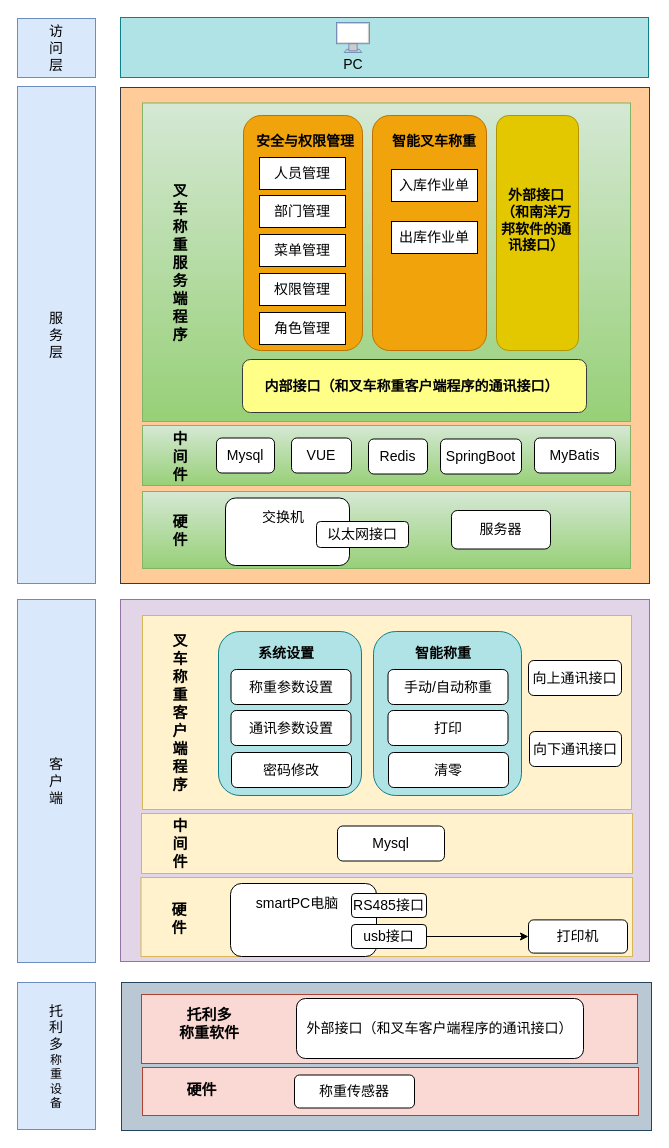
This is 环境卫士.drawio from Jayden-Fan/hello-world, a draw.io file, before an edit. Source tidied: cells renumbered, new cells numbered last; positions are measured from the earlier drawing's top-left corner, leaving out a move shared by most shapes. Both pictures are drawn from the tidied source at 100%, with x=0, y=0 at pixel (17, 17).
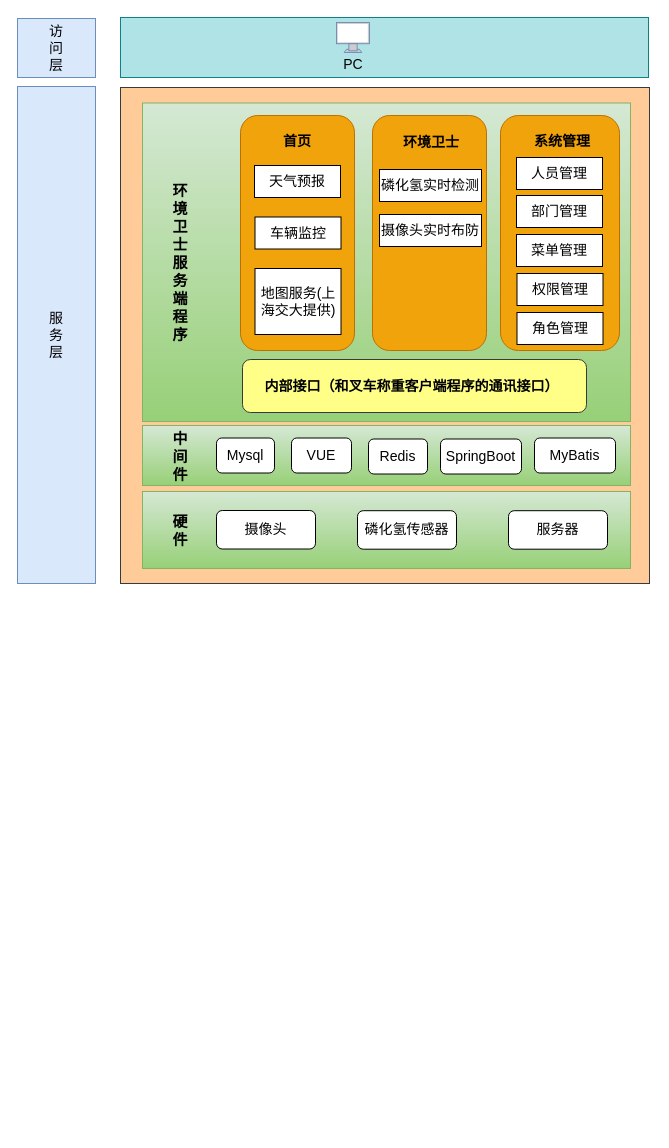
Above is the later version.

Commit message:
更新环境卫士.drawio

The edit, as a diff of the source:
```diff
@@
-    <mxCell id="5" value="&lt;b style=&quot;font-size: 15px;&quot;&gt;叉&lt;br&gt;车&lt;br&gt;称&lt;br&gt;重&lt;br&gt;服&lt;br&gt;务&lt;br&gt;端&lt;br&gt;程&lt;br&gt;序&lt;br&gt;&lt;/b&gt;" style="text;html=1;strokeColor=none;fillColor=none;align=center;verticalAlign=middle;whiteSpace=wrap;rounded=0;" parent="1" vertex="1">
+    <mxCell id="5" value="&lt;b style=&quot;font-size: 15px;&quot;&gt;环&lt;br&gt;境&lt;br&gt;卫&lt;br&gt;士&lt;br&gt;服&lt;br&gt;务&lt;br&gt;端&lt;br&gt;程&lt;br&gt;序&lt;br&gt;&lt;/b&gt;" style="text;html=1;strokeColor=none;fillColor=none;align=center;verticalAlign=middle;whiteSpace=wrap;rounded=0;" parent="1" vertex="1">
       <mxGeometry x="133" y="160.8" width="60" height="168.2" as="geometry" />
     </mxCell>
     <mxCell id="6" style="rounded=1;whiteSpace=wrap;html=1;fontSize=14;fillColor=#f0a30a;fontColor=#000000;strokeColor=#BD7000;" parent="1" vertex="1">
-      <mxGeometry x="226" y="98" width="119" height="235" as="geometry" />
+      <mxGeometry x="483" y="98" width="119" height="235" as="geometry" />
     </mxCell>
-    <mxCell id="7" value="安全与权限管理" style="text;html=1;strokeColor=none;fillColor=none;align=center;verticalAlign=middle;whiteSpace=wrap;rounded=0;fontSize=14;fontStyle=1;" parent="1" vertex="1">
-      <mxGeometry x="233" y="109" width="110" height="30" as="geometry" />
+    <mxCell id="7" value="系统管理" style="text;html=1;strokeColor=none;fillColor=none;align=center;verticalAlign=middle;whiteSpace=wrap;rounded=0;fontSize=14;fontStyle=1;" parent="1" vertex="1">
+      <mxGeometry x="490" y="109" width="110" height="30" as="geometry" />
     </mxCell>
     <mxCell id="8" value="人员管理" style="rounded=0;whiteSpace=wrap;html=1;fontSize=14;" parent="1" vertex="1">
-      <mxGeometry x="242" y="140" width="86" height="32" as="geometry" />
+      <mxGeometry x="499" y="140" width="86" height="32" as="geometry" />
     </mxCell>
     <mxCell id="9" value="部门管理" style="rounded=0;whiteSpace=wrap;html=1;fontSize=14;" parent="1" vertex="1">
-      <mxGeometry x="242" y="178" width="86" height="32" as="geometry" />
+      <mxGeometry x="499" y="178" width="86" height="32" as="geometry" />
     </mxCell>
     <mxCell id="10" value="菜单管理" style="rounded=0;whiteSpace=wrap;html=1;fontSize=14;" parent="1" vertex="1">
-      <mxGeometry x="242" y="217" width="86" height="32" as="geometry" />
+      <mxGeometry x="499" y="217" width="86" height="32" as="geometry" />
     </mxCell>
     <mxCell id="11" value="权限管理" style="rounded=0;whiteSpace=wrap;html=1;fontSize=14;" parent="1" vertex="1">
-      <mxGeometry x="242" y="256" width="86" height="32" as="geometry" />
+      <mxGeometry x="499.5" y="256" width="86" height="32" as="geometry" />
     </mxCell>
     <mxCell id="12" value="角色管理" style="rounded=0;whiteSpace=wrap;html=1;fontSize=14;" parent="1" vertex="1">
-      <mxGeometry x="242" y="295" width="86" height="32" as="geometry" />
+      <mxGeometry x="499.5" y="295" width="86" height="32" as="geometry" />
     </mxCell>
@@
-    <mxCell id="14" value="智能叉车称重" style="text;html=1;strokeColor=none;fillColor=none;align=center;verticalAlign=middle;whiteSpace=wrap;rounded=0;fontSize=14;fontStyle=1;" parent="1" vertex="1">
-      <mxGeometry x="362" y="109" width="110" height="30" as="geometry" />
+    <mxCell id="14" value="环境卫士" style="text;html=1;strokeColor=none;fillColor=none;align=center;verticalAlign=middle;whiteSpace=wrap;rounded=0;fontSize=14;fontStyle=1;" parent="1" vertex="1">
+      <mxGeometry x="359" y="110" width="110" height="30" as="geometry" />
     </mxCell>
-    <mxCell id="15" value="入库作业单" style="rounded=0;whiteSpace=wrap;html=1;fontSize=14;" parent="1" vertex="1">
-      <mxGeometry x="374" y="152" width="86" height="32" as="geometry" />
+    <mxCell id="15" value="磷化氢实时检测" style="rounded=0;whiteSpace=wrap;html=1;fontSize=14;" parent="1" vertex="1">
+      <mxGeometry x="362" y="152" width="102" height="32" as="geometry" />
     </mxCell>
-    <mxCell id="16" value="出库作业单" style="rounded=0;whiteSpace=wrap;html=1;fontSize=14;" parent="1" vertex="1">
-      <mxGeometry x="374" y="204" width="86" height="32" as="geometry" />
-    </mxCell>
-    <mxCell id="17" style="rounded=1;whiteSpace=wrap;html=1;fontSize=14;fillColor=#e3c800;fontColor=#000000;strokeColor=#B09500;" parent="1" vertex="1">
-      <mxGeometry x="479" y="98" width="82" height="235" as="geometry" />
-    </mxCell>
-    <mxCell id="18" value="外部接口&lt;br&gt;（和南洋万邦软件的通讯接口）" style="text;html=1;strokeColor=none;fillColor=none;align=center;verticalAlign=middle;whiteSpace=wrap;rounded=0;fontSize=14;fontStyle=1;" parent="1" vertex="1">
-      <mxGeometry x="482" y="157" width="74" height="92" as="geometry" />
-    </mxCell>
@@
-    <mxCell id="30" style="rounded=1;whiteSpace=wrap;html=1;glass=0;sketch=0;fontSize=14;" parent="1" vertex="1">
-      <mxGeometry x="208" y="480.5" width="124" height="67.5" as="geometry" />
-    </mxCell>
-    <mxCell id="31" value="交换机" style="text;html=1;strokeColor=none;fillColor=none;align=center;verticalAlign=middle;whiteSpace=wrap;rounded=0;glass=0;sketch=0;fontSize=14;" parent="1" vertex="1">
-      <mxGeometry x="236" y="484.5" width="60" height="30" as="geometry" />
-    </mxCell>
-    <mxCell id="32" value="以太网接口" style="rounded=1;whiteSpace=wrap;html=1;glass=0;sketch=0;fontSize=14;" parent="1" vertex="1">
-      <mxGeometry x="299" y="504" width="92" height="26" as="geometry" />
-    </mxCell>
     <mxCell id="33" value="服务器" style="rounded=1;whiteSpace=wrap;html=1;glass=0;sketch=0;fontSize=14;" parent="1" vertex="1">
-      <mxGeometry x="434" y="493" width="99" height="38.5" as="geometry" />
+      <mxGeometry x="491" y="493.2" width="99" height="38.5" as="geometry" />
     </mxCell>
-    <mxCell id="34" value="&lt;span style=&quot;font-size: 14px;&quot;&gt;客&lt;br&gt;户&lt;br&gt;端&lt;/span&gt;" style="rounded=0;whiteSpace=wrap;html=1;fillColor=#dae8fc;strokeColor=#6c8ebf;" parent="1" vertex="1">
-      <mxGeometry y="582" width="78" height="363" as="geometry" />
-    </mxCell>
-    <mxCell id="35" style="rounded=0;whiteSpace=wrap;html=1;glass=0;sketch=0;fontSize=14;fillColor=#e1d5e7;strokeColor=#9673a6;" parent="1" vertex="1">
-      <mxGeometry x="103" y="582" width="529" height="362" as="geometry" />
-    </mxCell>
-    <mxCell id="36" style="rounded=0;whiteSpace=wrap;html=1;glass=0;sketch=0;fontSize=14;fillColor=#fff2cc;strokeColor=#d6b656;" parent="1" vertex="1">
-      <mxGeometry x="125" y="598" width="489" height="194" as="geometry" />
-    </mxCell>
-    <mxCell id="37" value="&lt;b style=&quot;font-size: 15px;&quot;&gt;叉&lt;br&gt;车&lt;br&gt;称&lt;br&gt;重&lt;br&gt;客&lt;br&gt;户&lt;br&gt;端&lt;br&gt;程&lt;br&gt;序&lt;br&gt;&lt;/b&gt;" style="text;html=1;strokeColor=none;fillColor=none;align=center;verticalAlign=middle;whiteSpace=wrap;rounded=0;" parent="1" vertex="1">
-      <mxGeometry x="133" y="610.9" width="60" height="168.2" as="geometry" />
-    </mxCell>
-    <mxCell id="38" style="rounded=1;whiteSpace=wrap;html=1;glass=0;sketch=0;fontSize=14;fillColor=#b0e3e6;strokeColor=#0e8088;" parent="1" vertex="1">
-      <mxGeometry x="201" y="614" width="143" height="164" as="geometry" />
-    </mxCell>
-    <mxCell id="39" style="rounded=0;whiteSpace=wrap;html=1;fillColor=#fff2cc;strokeColor=#d6b656;" parent="1" vertex="1">
-      <mxGeometry x="124" y="796" width="491" height="60" as="geometry" />
-    </mxCell>
-    <mxCell id="40" value="Mysql" style="rounded=1;whiteSpace=wrap;html=1;glass=0;sketch=0;fontSize=14;" parent="1" vertex="1">
-      <mxGeometry x="320" y="808.5" width="107" height="35" as="geometry" />
-    </mxCell>
-    <mxCell id="41" value="&lt;b style=&quot;font-size: 15px;&quot;&gt;中&lt;br&gt;间&lt;br&gt;件&lt;br&gt;&lt;/b&gt;" style="text;html=1;strokeColor=none;fillColor=none;align=center;verticalAlign=middle;whiteSpace=wrap;rounded=0;" parent="1" vertex="1">
-      <mxGeometry x="139" y="798" width="48" height="56" as="geometry" />
-    </mxCell>
-    <mxCell id="42" value="系统设置" style="text;html=1;strokeColor=none;fillColor=none;align=center;verticalAlign=middle;whiteSpace=wrap;rounded=0;fontSize=14;fontStyle=1;" parent="1" vertex="1">
-      <mxGeometry x="213.5" y="621" width="110" height="30" as="geometry" />
-    </mxCell>
-    <mxCell id="43" value="称重参数设置" style="rounded=1;whiteSpace=wrap;html=1;glass=0;sketch=0;fontSize=14;" parent="1" vertex="1">
-      <mxGeometry x="213.5" y="652" width="120" height="35" as="geometry" />
-    </mxCell>
-    <mxCell id="44" value="通讯参数设置" style="rounded=1;whiteSpace=wrap;html=1;glass=0;sketch=0;fontSize=14;" parent="1" vertex="1">
-      <mxGeometry x="213.5" y="693" width="120" height="35" as="geometry" />
-    </mxCell>
-    <mxCell id="45" value="密码修改" style="rounded=1;whiteSpace=wrap;html=1;glass=0;sketch=0;fontSize=14;" parent="1" vertex="1">
-      <mxGeometry x="214" y="735" width="120" height="35" as="geometry" />
-    </mxCell>
-    <mxCell id="46" style="rounded=1;whiteSpace=wrap;html=1;glass=0;sketch=0;fontSize=14;fillColor=#b0e3e6;strokeColor=#0e8088;" parent="1" vertex="1">
-      <mxGeometry x="356" y="614" width="148" height="164" as="geometry" />
-    </mxCell>
-    <mxCell id="47" value="智能称重" style="text;html=1;strokeColor=none;fillColor=none;align=center;verticalAlign=middle;whiteSpace=wrap;rounded=0;fontSize=14;fontStyle=1;" parent="1" vertex="1">
-      <mxGeometry x="370.5" y="621" width="110" height="30" as="geometry" />
-    </mxCell>
-    <mxCell id="48" value="手动/自动称重" style="rounded=1;whiteSpace=wrap;html=1;glass=0;sketch=0;fontSize=14;" parent="1" vertex="1">
-      <mxGeometry x="370.5" y="652" width="120" height="35" as="geometry" />
-    </mxCell>
-    <mxCell id="49" value="打印" style="rounded=1;whiteSpace=wrap;html=1;glass=0;sketch=0;fontSize=14;" parent="1" vertex="1">
-      <mxGeometry x="370.5" y="693" width="120" height="35" as="geometry" />
-    </mxCell>
-    <mxCell id="50" value="清零" style="rounded=1;whiteSpace=wrap;html=1;glass=0;sketch=0;fontSize=14;" parent="1" vertex="1">
-      <mxGeometry x="371" y="735" width="120" height="35" as="geometry" />
-    </mxCell>
-    <mxCell id="51" style="rounded=0;whiteSpace=wrap;html=1;fillColor=#fff2cc;strokeColor=#d6b656;" parent="1" vertex="1">
-      <mxGeometry x="123.5" y="860" width="491.5" height="79" as="geometry" />
-    </mxCell>
-    <mxCell id="52" value="&lt;b style=&quot;font-size: 15px;&quot;&gt;硬&lt;br&gt;件&lt;br&gt;&lt;/b&gt;" style="text;html=1;strokeColor=none;fillColor=none;align=center;verticalAlign=middle;whiteSpace=wrap;rounded=0;" parent="1" vertex="1">
-      <mxGeometry x="137.5" y="872.5" width="48" height="56" as="geometry" />
-    </mxCell>
-    <mxCell id="53" style="rounded=1;whiteSpace=wrap;html=1;glass=0;sketch=0;fontSize=14;" parent="1" vertex="1">
-      <mxGeometry x="213" y="866" width="146" height="73" as="geometry" />
-    </mxCell>
-    <mxCell id="54" value="打印机" style="rounded=1;whiteSpace=wrap;html=1;glass=0;sketch=0;fontSize=14;" parent="1" vertex="1">
-      <mxGeometry x="511" y="902.4" width="99" height="33.2" as="geometry" />
-    </mxCell>
-    <mxCell id="55" value="smartPC电脑" style="text;html=1;strokeColor=none;fillColor=none;align=center;verticalAlign=middle;whiteSpace=wrap;rounded=0;glass=0;sketch=0;fontSize=14;" parent="1" vertex="1">
-      <mxGeometry x="235" y="872.5" width="90" height="27.5" as="geometry" />
-    </mxCell>
-    <mxCell id="56" style="edgeStyle=orthogonalEdgeStyle;rounded=0;jettySize=auto;html=1;fontSize=14;" parent="1" edge="1" source="57" target="54">
-      <mxGeometry relative="1" as="geometry" />
-    </mxCell>
-    <mxCell id="57" value="usb接口" style="rounded=1;whiteSpace=wrap;html=1;glass=0;sketch=0;fontSize=14;" parent="1" vertex="1">
-      <mxGeometry x="334" y="907" width="75" height="24" as="geometry" />
-    </mxCell>
-    <mxCell id="58" value="&lt;span style=&quot;font-size: 14px;&quot;&gt;托&lt;br&gt;利&lt;br&gt;多&lt;br&gt;&lt;/span&gt;称&lt;br&gt;重&lt;br&gt;设&lt;br&gt;备" style="rounded=0;whiteSpace=wrap;html=1;fillColor=#dae8fc;strokeColor=#6c8ebf;" parent="1" vertex="1">
-      <mxGeometry y="965" width="78" height="147" as="geometry" />
-    </mxCell>
-    <mxCell id="59" value="向上通讯接口" style="rounded=1;whiteSpace=wrap;html=1;glass=0;sketch=0;fontSize=14;" parent="1" vertex="1">
-      <mxGeometry x="511" y="643" width="93" height="35" as="geometry" />
-    </mxCell>
-    <mxCell id="60" value="向下通讯接口" style="rounded=1;whiteSpace=wrap;html=1;glass=0;sketch=0;fontSize=14;" parent="1" vertex="1">
-      <mxGeometry x="512" y="714" width="92" height="35" as="geometry" />
-    </mxCell>
-    <mxCell id="61" style="rounded=0;whiteSpace=wrap;html=1;glass=0;sketch=0;fontSize=14;fillColor=#bac8d3;strokeColor=#23445d;" parent="1" vertex="1">
-      <mxGeometry x="104" y="965" width="530" height="148" as="geometry" />
-    </mxCell>
-    <mxCell id="62" style="rounded=0;whiteSpace=wrap;html=1;glass=0;sketch=0;fontSize=14;fillColor=#fad9d5;strokeColor=#ae4132;" parent="1" vertex="1">
-      <mxGeometry x="124" y="977" width="496" height="69" as="geometry" />
-    </mxCell>
-    <mxCell id="63" value="&lt;b style=&quot;font-size: 15px;&quot;&gt;托利多&lt;br&gt;称重软件&lt;br&gt;&lt;/b&gt;" style="text;html=1;strokeColor=none;fillColor=none;align=center;verticalAlign=middle;whiteSpace=wrap;rounded=0;" parent="1" vertex="1">
-      <mxGeometry x="133" y="981" width="118" height="49.5" as="geometry" />
-    </mxCell>
-    <mxCell id="64" value="RS485接口" style="rounded=1;whiteSpace=wrap;html=1;glass=0;sketch=0;fontSize=14;" parent="1" vertex="1">
-      <mxGeometry x="334" y="876" width="75" height="24" as="geometry" />
-    </mxCell>
-    <mxCell id="65" style="rounded=0;whiteSpace=wrap;html=1;glass=0;sketch=0;fontSize=14;fillColor=#fad9d5;strokeColor=#ae4132;" parent="1" vertex="1">
-      <mxGeometry x="125" y="1050" width="496" height="48" as="geometry" />
-    </mxCell>
-    <mxCell id="66" value="&lt;b style=&quot;font-size: 15px;&quot;&gt;硬件&lt;br&gt;&lt;/b&gt;" style="text;html=1;strokeColor=none;fillColor=none;align=center;verticalAlign=middle;whiteSpace=wrap;rounded=0;" parent="1" vertex="1">
-      <mxGeometry x="143" y="1057.5" width="83" height="29.5" as="geometry" />
-    </mxCell>
-    <mxCell id="67" value="称重传感器" style="rounded=1;whiteSpace=wrap;html=1;glass=0;sketch=0;fontSize=14;" parent="1" vertex="1">
-      <mxGeometry x="277" y="1057.5" width="120" height="33" as="geometry" />
-    </mxCell>
@@
-    <mxCell id="72" value="外部接口（和叉车客户端程序的通讯接口）" style="rounded=1;whiteSpace=wrap;html=1;glass=0;sketch=0;fontSize=14;" parent="1" vertex="1">
-      <mxGeometry x="279" y="981" width="287" height="60" as="geometry" />
-    </mxCell>
+    <mxCell id="73" value="摄像头实时布防" style="rounded=0;whiteSpace=wrap;html=1;fontSize=14;" parent="1" vertex="1">
+      <mxGeometry x="362" y="197" width="102" height="32" as="geometry" />
+    </mxCell>
+    <mxCell id="74" value="摄像头" style="rounded=1;whiteSpace=wrap;html=1;glass=0;sketch=0;fontSize=14;" parent="1" vertex="1">
+      <mxGeometry x="199" y="493" width="99" height="38.5" as="geometry" />
+    </mxCell>
+    <mxCell id="75" value="磷化氢传感器" style="rounded=1;whiteSpace=wrap;html=1;glass=0;sketch=0;fontSize=14;" parent="1" vertex="1">
+      <mxGeometry x="340" y="493.2" width="99" height="38.5" as="geometry" />
+    </mxCell>
+    <mxCell id="76" style="rounded=1;whiteSpace=wrap;html=1;fontSize=14;fillColor=#f0a30a;fontColor=#000000;strokeColor=#BD7000;" parent="1" vertex="1">
+      <mxGeometry x="223" y="98" width="114" height="235" as="geometry" />
+    </mxCell>
+    <mxCell id="77" value="首页" style="text;html=1;strokeColor=none;fillColor=none;align=center;verticalAlign=middle;whiteSpace=wrap;rounded=0;fontSize=14;fontStyle=1;" parent="1" vertex="1">
+      <mxGeometry x="225" y="109" width="110" height="30" as="geometry" />
+    </mxCell>
+    <mxCell id="78" value="天气预报" style="rounded=0;whiteSpace=wrap;html=1;fontSize=14;" parent="1" vertex="1">
+      <mxGeometry x="237" y="148" width="86" height="32" as="geometry" />
+    </mxCell>
+    <mxCell id="79" value="车辆监控" style="rounded=0;whiteSpace=wrap;html=1;fontSize=14;" parent="1" vertex="1">
+      <mxGeometry x="237.5" y="199.5" width="86" height="32" as="geometry" />
+    </mxCell>
+    <mxCell id="80" value="地图服务(上海交大提供)" style="rounded=0;whiteSpace=wrap;html=1;fontSize=14;" parent="1" vertex="1">
+      <mxGeometry x="237.5" y="251" width="86" height="66" as="geometry" />
+    </mxCell>
```
